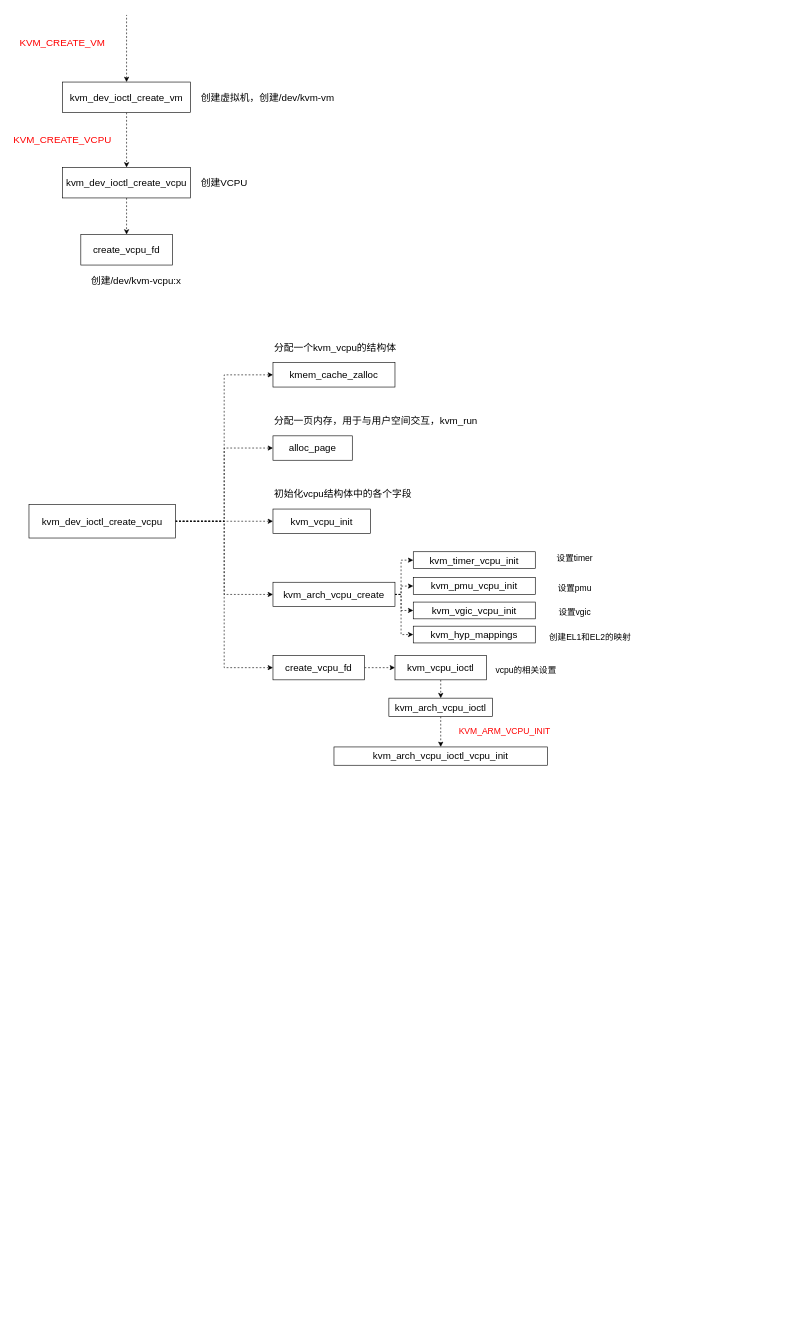
Before: cca-workflow/vcpu.drawio in EdisonE3/draw-pictures, a draw.io diagram. Source tidied: cells renumbered, new cells numbered last; positions are measured from the earlier drawing's top-left corner, leaving out a move shared by most shapes. Both pictures are drawn from the tidied source at 61%, with x=0, y=0 at pixel (10, 15).
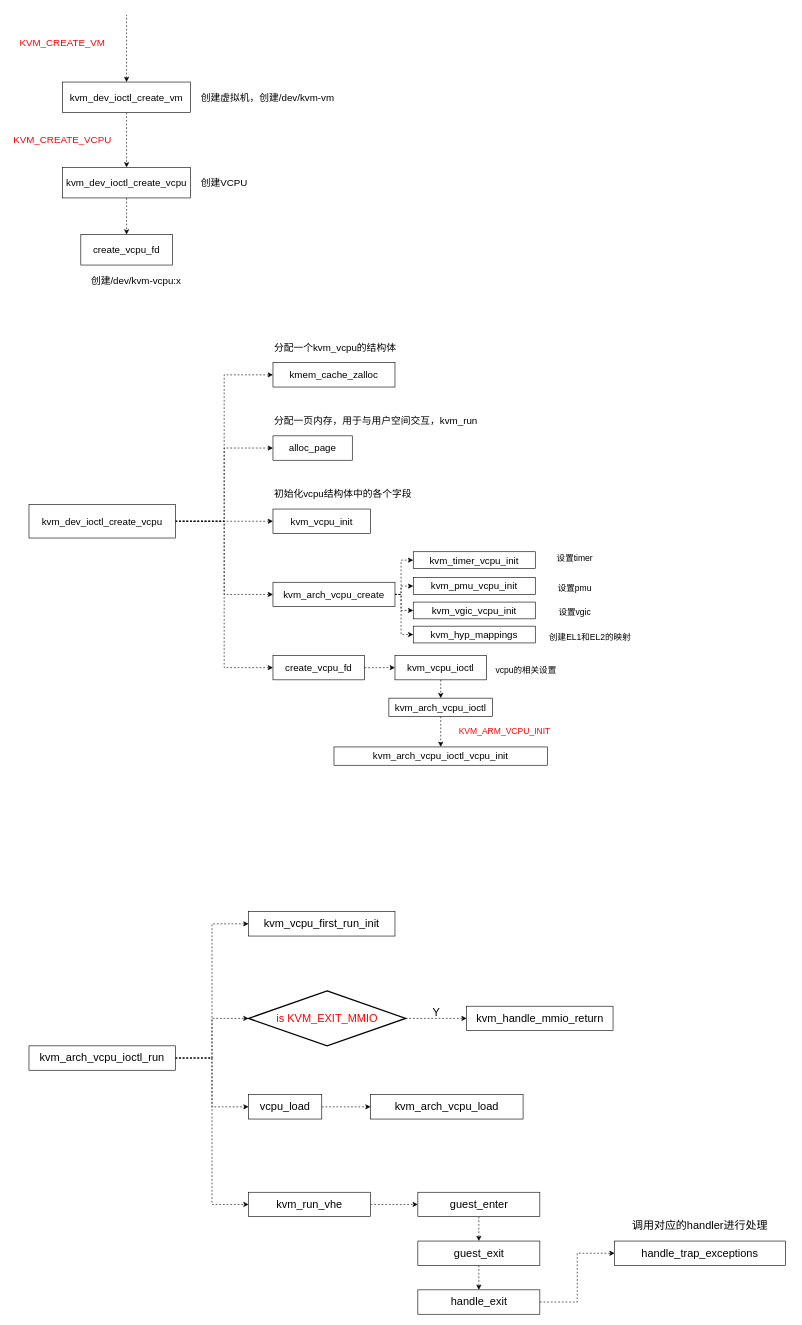
The same page after the edit.

Change to the diagram source:
```diff
@@
+    <mxCell id="48" style="edgeStyle=orthogonalEdgeStyle;rounded=0;jettySize=auto;html=1;exitX=1;exitY=0.5;exitDx=0;exitDy=0;entryX=0;entryY=0.5;entryDx=0;entryDy=0;dashed=1;fontSize=18;fontColor=#000000;startArrow=none;startFill=0;endArrow=classic;endFill=1;" parent="1" edge="1" source="52" target="53">
+      <mxGeometry relative="1" as="geometry" />
+    </mxCell>
+    <mxCell id="49" style="edgeStyle=orthogonalEdgeStyle;rounded=0;jettySize=auto;html=1;exitX=1;exitY=0.5;exitDx=0;exitDy=0;entryX=0;entryY=0.5;entryDx=0;entryDy=0;entryPerimeter=0;dashed=1;fontSize=18;fontColor=#000000;startArrow=none;startFill=0;endArrow=classic;endFill=1;" parent="1" edge="1" source="52" target="58">
+      <mxGeometry relative="1" as="geometry" />
+    </mxCell>
+    <mxCell id="50" style="edgeStyle=orthogonalEdgeStyle;rounded=0;jettySize=auto;html=1;exitX=1;exitY=0.5;exitDx=0;exitDy=0;entryX=0;entryY=0.5;entryDx=0;entryDy=0;dashed=1;fontSize=18;fontColor=#000000;startArrow=none;startFill=0;endArrow=classic;endFill=1;" parent="1" edge="1" source="52" target="55">
+      <mxGeometry relative="1" as="geometry" />
+    </mxCell>
+    <mxCell id="51" style="edgeStyle=orthogonalEdgeStyle;rounded=0;jettySize=auto;html=1;exitX=1;exitY=0.5;exitDx=0;exitDy=0;entryX=0;entryY=0.5;entryDx=0;entryDy=0;dashed=1;fontSize=18;fontColor=#000000;startArrow=none;startFill=0;endArrow=classic;endFill=1;" parent="1" edge="1" source="52" target="62">
+      <mxGeometry relative="1" as="geometry" />
+    </mxCell>
+    <mxCell id="52" value="kvm_arch_vcpu_ioctl_run" style="rounded=0;whiteSpace=wrap;html=1;fontSize=18;" parent="1" vertex="1">
+      <mxGeometry x="30" y="1690" width="240" height="40" as="geometry" />
+    </mxCell>
+    <mxCell id="53" value="kvm_vcpu_first_run_init" style="rounded=0;whiteSpace=wrap;html=1;fontSize=18;" parent="1" vertex="1">
+      <mxGeometry x="390" y="1470" width="240" height="40" as="geometry" />
+    </mxCell>
+    <mxCell id="54" style="edgeStyle=orthogonalEdgeStyle;rounded=0;jettySize=auto;html=1;exitX=1;exitY=0.5;exitDx=0;exitDy=0;entryX=0;entryY=0.5;entryDx=0;entryDy=0;dashed=1;fontSize=18;fontColor=#FF0000;startArrow=none;startFill=0;endArrow=classic;endFill=1;" parent="1" edge="1" source="55" target="56">
+      <mxGeometry relative="1" as="geometry" />
+    </mxCell>
+    <mxCell id="55" value="vcpu_load" style="rounded=0;whiteSpace=wrap;html=1;fontSize=18;" parent="1" vertex="1">
+      <mxGeometry x="390" y="1770" width="120" height="40" as="geometry" />
+    </mxCell>
+    <mxCell id="56" value="kvm_arch_vcpu_load" style="rounded=0;whiteSpace=wrap;html=1;fontSize=18;" parent="1" vertex="1">
+      <mxGeometry x="590" y="1770" width="250" height="40" as="geometry" />
+    </mxCell>
+    <mxCell id="57" style="edgeStyle=orthogonalEdgeStyle;rounded=0;jettySize=auto;html=1;exitX=1;exitY=0.5;exitDx=0;exitDy=0;exitPerimeter=0;entryX=0;entryY=0.5;entryDx=0;entryDy=0;dashed=1;fontSize=18;fontColor=#FF0000;startArrow=none;startFill=0;endArrow=classic;endFill=1;" parent="1" edge="1" source="58" target="59">
+      <mxGeometry relative="1" as="geometry" />
+    </mxCell>
+    <mxCell id="58" value="is KVM_EXIT_MMIO" style="strokeWidth=2;html=1;shape=mxgraph.flowchart.decision;whiteSpace=wrap;fontSize=18;fontColor=#FF0000;fillColor=none;" parent="1" vertex="1">
+      <mxGeometry x="390" y="1600" width="257.5" height="90" as="geometry" />
+    </mxCell>
+    <mxCell id="59" value="kvm_handle_mmio_return" style="rounded=0;whiteSpace=wrap;html=1;fontSize=18;" parent="1" vertex="1">
+      <mxGeometry x="747.5" y="1625" width="240" height="40" as="geometry" />
+    </mxCell>
+    <mxCell id="60" value="Y" style="text;html=1;strokeColor=none;fillColor=none;align=center;verticalAlign=middle;whiteSpace=wrap;rounded=0;fontSize=18;fontColor=#000000;" parent="1" vertex="1">
+      <mxGeometry x="667.5" y="1620" width="60" height="30" as="geometry" />
+    </mxCell>
+    <mxCell id="61" style="edgeStyle=orthogonalEdgeStyle;rounded=0;jettySize=auto;html=1;exitX=1;exitY=0.5;exitDx=0;exitDy=0;entryX=0;entryY=0.5;entryDx=0;entryDy=0;dashed=1;fontSize=18;fontColor=#000000;startArrow=none;startFill=0;endArrow=classic;endFill=1;" parent="1" edge="1" source="62" target="64">
+      <mxGeometry relative="1" as="geometry" />
+    </mxCell>
+    <mxCell id="62" value="kvm_run_vhe" style="rounded=0;whiteSpace=wrap;html=1;fontSize=18;" parent="1" vertex="1">
+      <mxGeometry x="390" y="1930" width="200" height="40" as="geometry" />
+    </mxCell>
+    <mxCell id="63" style="edgeStyle=orthogonalEdgeStyle;rounded=0;jettySize=auto;html=1;exitX=0.5;exitY=1;exitDx=0;exitDy=0;dashed=1;fontSize=18;fontColor=#000000;startArrow=none;startFill=0;endArrow=classic;endFill=1;entryX=0.5;entryY=0;entryDx=0;entryDy=0;" parent="1" edge="1" source="64" target="66">
+      <mxGeometry relative="1" as="geometry" />
+    </mxCell>
+    <mxCell id="64" value="guest_enter" style="rounded=0;whiteSpace=wrap;html=1;fontSize=18;" parent="1" vertex="1">
+      <mxGeometry x="667.5" y="1930" width="200" height="40" as="geometry" />
+    </mxCell>
+    <mxCell id="65" style="edgeStyle=orthogonalEdgeStyle;rounded=0;jettySize=auto;html=1;exitX=0.5;exitY=1;exitDx=0;exitDy=0;entryX=0.5;entryY=0;entryDx=0;entryDy=0;dashed=1;fontSize=18;fontColor=#000000;startArrow=none;startFill=0;endArrow=classic;endFill=1;" parent="1" edge="1" source="66" target="68">
+      <mxGeometry relative="1" as="geometry" />
+    </mxCell>
+    <mxCell id="66" value="guest_exit" style="rounded=0;whiteSpace=wrap;html=1;fontSize=18;" parent="1" vertex="1">
+      <mxGeometry x="667.5" y="2010" width="200" height="40" as="geometry" />
+    </mxCell>
+    <mxCell id="67" style="edgeStyle=orthogonalEdgeStyle;rounded=0;jettySize=auto;html=1;exitX=1;exitY=0.5;exitDx=0;exitDy=0;entryX=0;entryY=0.5;entryDx=0;entryDy=0;dashed=1;fontSize=18;fontColor=#000000;startArrow=none;startFill=0;endArrow=classic;endFill=1;" parent="1" edge="1" source="68" target="69">
+      <mxGeometry relative="1" as="geometry" />
+    </mxCell>
+    <mxCell id="68" value="handle_exit" style="rounded=0;whiteSpace=wrap;html=1;fontSize=18;" parent="1" vertex="1">
+      <mxGeometry x="667.5" y="2090" width="200" height="40" as="geometry" />
+    </mxCell>
+    <mxCell id="69" value="handle_trap_exceptions" style="rounded=0;whiteSpace=wrap;html=1;fontSize=18;" parent="1" vertex="1">
+      <mxGeometry x="990" y="2010" width="280" height="40" as="geometry" />
+    </mxCell>
+    <mxCell id="70" value="调用对应的handler进行处理" style="text;html=1;strokeColor=none;fillColor=none;align=center;verticalAlign=middle;whiteSpace=wrap;rounded=0;fontSize=18;fontColor=#000000;" parent="1" vertex="1">
+      <mxGeometry x="980" y="1970" width="300" height="30" as="geometry" />
+    </mxCell>
```
